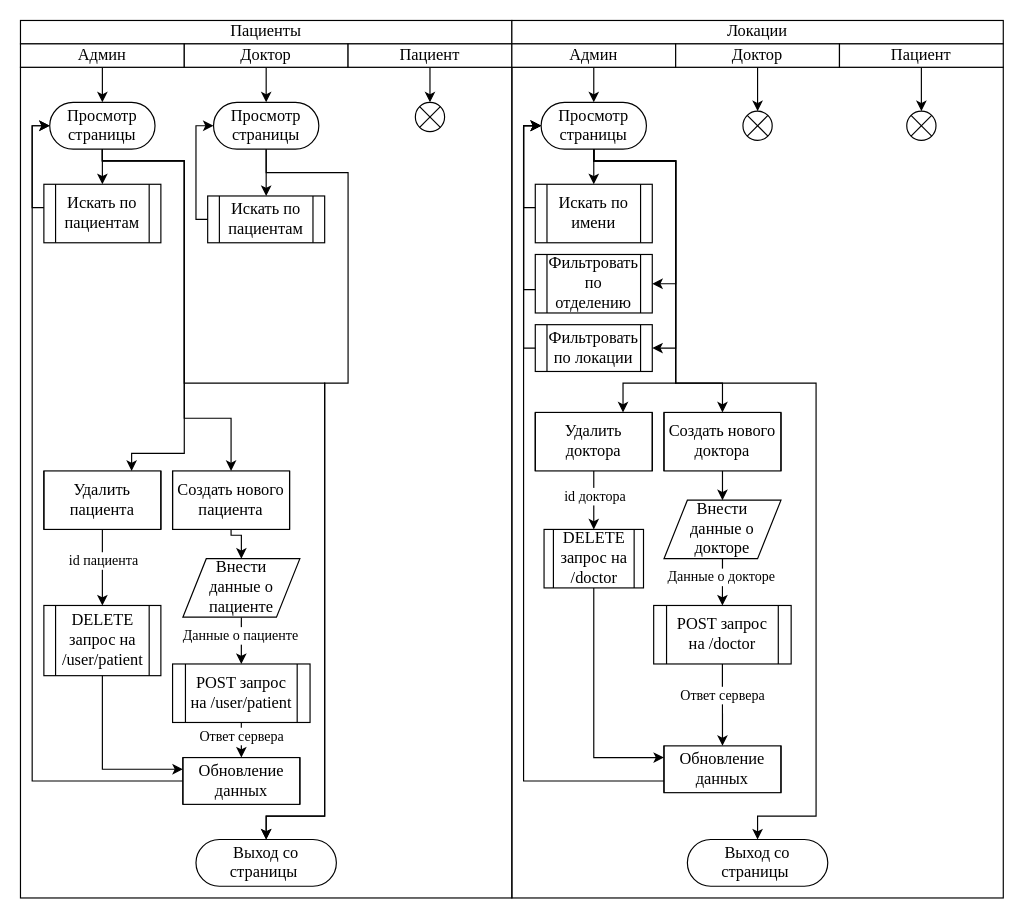
This is patients and locations.drawio from arturyumaev/Bachelor-Diploma-Docs, a draw.io file, before an edit. Source tidied: cells renumbered, new cells numbered last; positions are measured from the earlier drawing's top-left corner, leaving out a move shared by most shapes. Both pictures are drawn from the tidied source at 117%, with x=0, y=0 at pixel (20, 20).
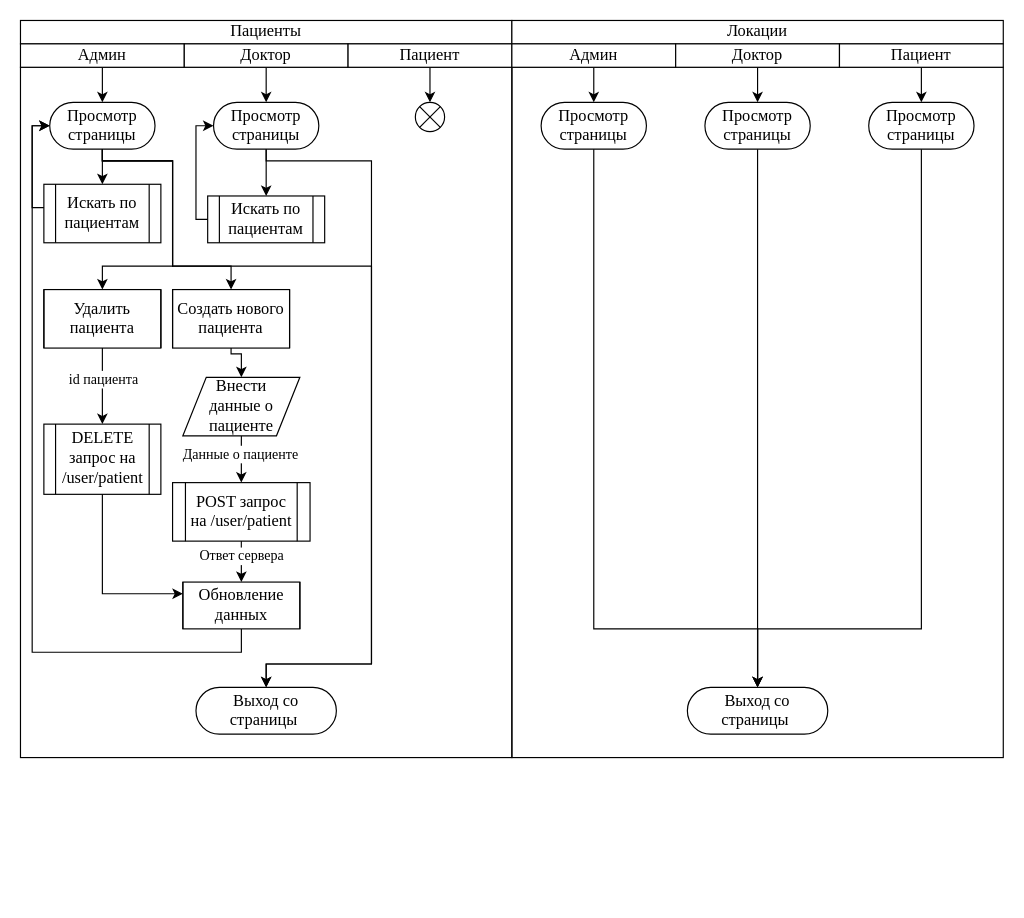
After the change.

The change refers to these unchanged cells:
```xml
<mxCell id="15" value="&lt;font style=&quot;font-size: 14px&quot; face=&quot;Times New Roman&quot;&gt;Просмотр страницы&lt;/font&gt;" style="rounded=1;whiteSpace=wrap;html=1;fillColor=none;arcSize=50;" parent="1" vertex="1">
  <mxGeometry x="25" y="70" width="90" height="40" as="geometry" />
</mxCell>
<mxCell id="21" value="&lt;font style=&quot;font-size: 14px&quot; face=&quot;Times New Roman&quot;&gt;Просмотр страницы&lt;/font&gt;" style="rounded=1;whiteSpace=wrap;html=1;fillColor=none;arcSize=50;" parent="1" vertex="1">
  <mxGeometry x="165" y="70" width="90" height="40" as="geometry" />
</mxCell>
<mxCell id="42" value="&lt;font style=&quot;font-size: 14px&quot; face=&quot;Times New Roman&quot;&gt;Доктор&lt;/font&gt;" style="rounded=0;whiteSpace=wrap;html=1;" parent="1" vertex="1">
  <mxGeometry x="560" y="20" width="140" height="20" as="geometry" />
</mxCell>
<mxCell id="44" value="&lt;font style=&quot;font-size: 14px&quot; face=&quot;Times New Roman&quot;&gt;Пациент&lt;/font&gt;" style="rounded=0;whiteSpace=wrap;html=1;" parent="1" vertex="1">
  <mxGeometry x="700" y="20" width="140" height="20" as="geometry" />
</mxCell>
<mxCell id="52" value="&lt;font style=&quot;font-size: 14px&quot; face=&quot;Times New Roman&quot;&gt;Просмотр страницы&lt;/font&gt;" style="rounded=1;whiteSpace=wrap;html=1;fillColor=none;arcSize=50;" parent="1" vertex="1">
  <mxGeometry x="445" y="70" width="90" height="40" as="geometry" />
</mxCell>
```

What changed in the source:
```diff
@@
     <mxCell id="2" style="rounded=0;whiteSpace=wrap;html=1;fillColor=none;" parent="1" vertex="1">
-      <mxGeometry y="40" width="420" height="710" as="geometry" />
+      <mxGeometry y="40" width="420" height="590" as="geometry" />
     </mxCell>
@@
+    <mxCell id="14" style="edgeStyle=orthogonalEdgeStyle;rounded=0;jettySize=auto;html=1;entryX=0.5;entryY=0;entryDx=0;entryDy=0;" parent="1" edge="1" source="15" target="36">
+      <mxGeometry relative="1" as="geometry">
+        <Array as="points">
+          <mxPoint x="70" y="120" />
+          <mxPoint x="130" y="120" />
+          <mxPoint x="130" y="210" />
+          <mxPoint x="70" y="210" />
+        </Array>
+      </mxGeometry>
+    </mxCell>
+    <mxCell id="13" style="edgeStyle=orthogonalEdgeStyle;rounded=0;jettySize=auto;html=1;entryX=0.5;entryY=0;entryDx=0;entryDy=0;" parent="1" edge="1" source="15" target="25">
+      <mxGeometry relative="1" as="geometry">
+        <Array as="points">
+          <mxPoint x="70" y="120" />
+          <mxPoint x="130" y="120" />
+          <mxPoint x="130" y="210" />
+          <mxPoint x="180" y="210" />
+        </Array>
+      </mxGeometry>
+    </mxCell>
-    <mxCell id="12" style="edgeStyle=orthogonalEdgeStyle;rounded=0;jettySize=auto;html=1;exitX=0.5;exitY=1;exitDx=0;exitDy=0;entryX=0.5;entryY=0;entryDx=0;entryDy=0;endArrow=classic;endFill=1;" parent="1" edge="1" source="15" target="16">
+    <mxCell id="12" style="edgeStyle=orthogonalEdgeStyle;rounded=0;jettySize=auto;html=1;entryX=0.5;entryY=0;entryDx=0;entryDy=0;" parent="1" edge="1" source="15" target="16">
       <mxGeometry relative="1" as="geometry">
         <Array as="points">
           <mxPoint x="70" y="120" />
-          <mxPoint x="140" y="120" />
-          <mxPoint x="140" y="310" />
-          <mxPoint x="260" y="310" />
-          <mxPoint x="260" y="680" />
-          <mxPoint x="210" y="680" />
+          <mxPoint x="130" y="120" />
+          <mxPoint x="130" y="210" />
+          <mxPoint x="300" y="210" />
+          <mxPoint x="300" y="550" />
+          <mxPoint x="210" y="550" />
         </Array>
       </mxGeometry>
     </mxCell>
-    <mxCell id="13" style="edgeStyle=orthogonalEdgeStyle;rounded=0;jettySize=auto;html=1;entryX=0.5;entryY=0;entryDx=0;entryDy=0;" parent="1" edge="1" source="15" target="25">
-      <mxGeometry relative="1" as="geometry">
-        <Array as="points">
-          <mxPoint x="70" y="120" />
-          <mxPoint x="140" y="120" />
-          <mxPoint x="140" y="340" />
-          <mxPoint x="180" y="340" />
-        </Array>
-      </mxGeometry>
-    </mxCell>
-    <mxCell id="14" style="edgeStyle=orthogonalEdgeStyle;rounded=0;jettySize=auto;html=1;exitX=0.5;exitY=1;exitDx=0;exitDy=0;entryX=0.75;entryY=0;entryDx=0;entryDy=0;" parent="1" edge="1" source="15" target="36">
-      <mxGeometry relative="1" as="geometry">
-        <Array as="points">
-          <mxPoint x="70" y="120" />
-          <mxPoint x="140" y="120" />
-          <mxPoint x="140" y="370" />
-          <mxPoint x="95" y="370" />
-        </Array>
-      </mxGeometry>
-    </mxCell>
@@
     <mxCell id="16" value="&lt;font style=&quot;font-size: 14px&quot; face=&quot;Times New Roman&quot;&gt;Выход со страницы&amp;nbsp;&lt;/font&gt;" style="rounded=1;whiteSpace=wrap;html=1;fillColor=none;arcSize=50;" parent="1" vertex="1">
-      <mxGeometry x="150" y="700" width="120" height="40" as="geometry" />
+      <mxGeometry x="150" y="570" width="120" height="40" as="geometry" />
     </mxCell>
@@
-    <mxCell id="20" style="edgeStyle=orthogonalEdgeStyle;rounded=0;jettySize=auto;html=1;exitX=0.5;exitY=1;exitDx=0;exitDy=0;entryX=0.5;entryY=0;entryDx=0;entryDy=0;endArrow=classic;endFill=1;" parent="1" edge="1" source="21" target="16">
+    <mxCell id="20" style="edgeStyle=orthogonalEdgeStyle;rounded=0;jettySize=auto;html=1;entryX=0.5;entryY=0;entryDx=0;entryDy=0;" parent="1" edge="1" source="21" target="16">
       <mxGeometry relative="1" as="geometry">
         <Array as="points">
-          <mxPoint x="210" y="130" />
-          <mxPoint x="280" y="130" />
-          <mxPoint x="280" y="310" />
-          <mxPoint x="260" y="310" />
-          <mxPoint x="260" y="680" />
-          <mxPoint x="210" y="680" />
+          <mxPoint x="210" y="120" />
+          <mxPoint x="300" y="120" />
+          <mxPoint x="300" y="550" />
+          <mxPoint x="210" y="550" />
         </Array>
       </mxGeometry>
     </mxCell>
@@
     <mxCell id="24" style="edgeStyle=orthogonalEdgeStyle;rounded=0;jettySize=auto;html=1;entryX=0.5;entryY=0;entryDx=0;entryDy=0;exitX=0.5;exitY=1;exitDx=0;exitDy=0;" parent="1" edge="1" source="25" target="28">
       <mxGeometry relative="1" as="geometry">
         <Array as="points">
-          <mxPoint x="180" y="440" />
-          <mxPoint x="189" y="440" />
+          <mxPoint x="180" y="285" />
+          <mxPoint x="189" y="285" />
         </Array>
       </mxGeometry>
     </mxCell>
     <mxCell id="25" value="&lt;font style=&quot;font-size: 14px&quot; face=&quot;Times New Roman&quot;&gt;Создать нового пациента&lt;/font&gt;" style="shape=process;whiteSpace=wrap;html=1;backgroundOutline=1;fillColor=none;size=0;" parent="1" vertex="1">
-      <mxGeometry x="130" y="385" width="100" height="50" as="geometry" />
+      <mxGeometry x="130" y="230" width="100" height="50" as="geometry" />
     </mxCell>
@@
     <mxCell id="28" value="&lt;font style=&quot;font-size: 14px&quot; face=&quot;Times New Roman&quot;&gt;Внести&lt;br&gt;данные о пациенте&lt;/font&gt;" style="shape=parallelogram;perimeter=parallelogramPerimeter;whiteSpace=wrap;html=1;fixedSize=1;" parent="1" vertex="1">
-      <mxGeometry x="138.8" y="460" width="100" height="50" as="geometry" />
+      <mxGeometry x="138.8" y="305" width="100" height="50" as="geometry" />
     </mxCell>
@@
     <mxCell id="31" value="&lt;font style=&quot;font-size: 14px&quot; face=&quot;Times New Roman&quot;&gt;POST запрос на /user/patient&lt;/font&gt;" style="shape=process;whiteSpace=wrap;html=1;backgroundOutline=1;fillColor=none;size=0.09523809523809523;" parent="1" vertex="1">
-      <mxGeometry x="130" y="550" width="117.5" height="50" as="geometry" />
+      <mxGeometry x="130" y="395" width="117.5" height="50" as="geometry" />
     </mxCell>
     <mxCell id="32" style="edgeStyle=orthogonalEdgeStyle;rounded=0;jettySize=auto;html=1;entryX=0;entryY=0.5;entryDx=0;entryDy=0;" parent="1" edge="1" source="33" target="15">
       <mxGeometry relative="1" as="geometry">
         <Array as="points">
-          <mxPoint x="10" y="650" />
+          <mxPoint x="189" y="540" />
+          <mxPoint x="10" y="540" />
           <mxPoint x="10" y="90" />
         </Array>
       </mxGeometry>
     </mxCell>
     <mxCell id="33" value="&lt;font style=&quot;font-size: 14px&quot; face=&quot;Times New Roman&quot;&gt;Обновление данных&lt;/font&gt;" style="shape=process;whiteSpace=wrap;html=1;backgroundOutline=1;fillColor=none;size=0;" parent="1" vertex="1">
-      <mxGeometry x="138.8" y="630" width="100" height="40" as="geometry" />
+      <mxGeometry x="138.8" y="480" width="100" height="40" as="geometry" />
     </mxCell>
@@
     <mxCell id="36" value="&lt;font style=&quot;font-size: 14px&quot; face=&quot;Times New Roman&quot;&gt;Удалить пациента&lt;/font&gt;" style="shape=process;whiteSpace=wrap;html=1;backgroundOutline=1;fillColor=none;size=0;" parent="1" vertex="1">
-      <mxGeometry x="20" y="385" width="100" height="50" as="geometry" />
+      <mxGeometry x="20" y="230" width="100" height="50" as="geometry" />
     </mxCell>
     <mxCell id="37" style="rounded=0;whiteSpace=wrap;html=1;fillColor=none;" parent="1" vertex="1">
-      <mxGeometry x="420" y="40" width="420" height="710" as="geometry" />
+      <mxGeometry x="420" y="40" width="420" height="590" as="geometry" />
     </mxCell>
@@
-    <mxCell id="41" style="edgeStyle=none;rounded=0;jettySize=auto;html=1;entryX=0.5;entryY=0;entryDx=0;entryDy=0;endArrow=classic;endFill=1;" parent="1" edge="1" source="42" target="77">
+    <mxCell id="41" style="edgeStyle=none;rounded=0;jettySize=auto;html=1;endArrow=classic;endFill=1;entryX=0.5;entryY=0;entryDx=0;entryDy=0;" parent="1" edge="1" source="42" target="87">
       <mxGeometry relative="1" as="geometry" />
     </mxCell>
@@
-    <mxCell id="43" style="edgeStyle=none;rounded=0;jettySize=auto;html=1;entryX=0.5;entryY=0;entryDx=0;entryDy=0;endArrow=classic;endFill=1;" parent="1" edge="1" source="44" target="80">
+    <mxCell id="43" style="edgeStyle=none;rounded=0;jettySize=auto;html=1;endArrow=classic;endFill=1;entryX=0.5;entryY=0;entryDx=0;entryDy=0;" parent="1" edge="1" source="44" target="89">
       <mxGeometry relative="1" as="geometry" />
     </mxCell>
@@
-    <mxCell id="46" style="edgeStyle=orthogonalEdgeStyle;rounded=0;jettySize=auto;html=1;exitX=0.5;exitY=1;exitDx=0;exitDy=0;entryX=0.5;entryY=0;entryDx=0;entryDy=0;endArrow=classic;endFill=1;" parent="1" edge="1" source="52" target="55">
-      <mxGeometry relative="1" as="geometry" />
-    </mxCell>
-    <mxCell id="47" style="edgeStyle=orthogonalEdgeStyle;rounded=0;jettySize=auto;html=1;exitX=0.5;exitY=1;exitDx=0;exitDy=0;entryX=1;entryY=0.5;entryDx=0;entryDy=0;endArrow=classic;endFill=1;" parent="1" edge="1" source="52" target="59">
-      <mxGeometry relative="1" as="geometry">
-        <Array as="points">
-          <mxPoint x="490" y="120" />
-          <mxPoint x="560" y="120" />
-          <mxPoint x="560" y="280" />
-        </Array>
-      </mxGeometry>
-    </mxCell>
-    <mxCell id="48" style="edgeStyle=orthogonalEdgeStyle;rounded=0;jettySize=auto;html=1;exitX=0.5;exitY=1;exitDx=0;exitDy=0;entryX=0.5;entryY=0;entryDx=0;entryDy=0;endArrow=classic;endFill=1;" parent="1" edge="1" source="52" target="53">
+    <mxCell id="48" style="edgeStyle=orthogonalEdgeStyle;rounded=0;jettySize=auto;html=1;entryX=0.5;entryY=0;entryDx=0;entryDy=0;" parent="1" edge="1" source="52" target="53">
       <mxGeometry relative="1" as="geometry">
         <Array as="points">
-          <mxPoint x="490" y="120" />
-          <mxPoint x="560" y="120" />
-          <mxPoint x="560" y="310" />
-          <mxPoint x="680" y="310" />
-          <mxPoint x="680" y="680" />
-          <mxPoint x="630" y="680" />
+          <mxPoint x="490" y="520" />
+          <mxPoint x="630" y="520" />
         </Array>
       </mxGeometry>
     </mxCell>
-    <mxCell id="49" style="edgeStyle=orthogonalEdgeStyle;rounded=0;jettySize=auto;html=1;entryX=0.5;entryY=0;entryDx=0;entryDy=0;" parent="1" edge="1" source="52" target="61">
-      <mxGeometry relative="1" as="geometry">
-        <Array as="points">
-          <mxPoint x="490" y="120" />
-          <mxPoint x="560" y="120" />
-          <mxPoint x="560" y="310" />
-          <mxPoint x="600" y="310" />
-        </Array>
-      </mxGeometry>
-    </mxCell>
-    <mxCell id="50" style="edgeStyle=orthogonalEdgeStyle;rounded=0;jettySize=auto;html=1;exitX=0.5;exitY=1;exitDx=0;exitDy=0;entryX=0.75;entryY=0;entryDx=0;entryDy=0;" parent="1" edge="1" source="52" target="72">
-      <mxGeometry relative="1" as="geometry">
-        <Array as="points">
-          <mxPoint x="490" y="120" />
-          <mxPoint x="560" y="120" />
-          <mxPoint x="560" y="310" />
-          <mxPoint x="515" y="310" />
-        </Array>
-      </mxGeometry>
-    </mxCell>
-    <mxCell id="51" style="edgeStyle=orthogonalEdgeStyle;rounded=0;jettySize=auto;html=1;exitX=0.5;exitY=1;exitDx=0;exitDy=0;entryX=1;entryY=0.5;entryDx=0;entryDy=0;" parent="1" edge="1" source="52" target="57">
-      <mxGeometry relative="1" as="geometry">
-        <Array as="points">
-          <mxPoint x="490" y="120" />
-          <mxPoint x="560" y="120" />
-          <mxPoint x="560" y="225" />
-        </Array>
-      </mxGeometry>
-    </mxCell>
@@
     <mxCell id="53" value="&lt;font style=&quot;font-size: 14px&quot; face=&quot;Times New Roman&quot;&gt;Выход со страницы&amp;nbsp;&lt;/font&gt;" style="rounded=1;whiteSpace=wrap;html=1;fillColor=none;arcSize=50;" parent="1" vertex="1">
-      <mxGeometry x="570" y="700" width="120" height="40" as="geometry" />
+      <mxGeometry x="570" y="570" width="120" height="40" as="geometry" />
     </mxCell>
-    <mxCell id="54" style="edgeStyle=orthogonalEdgeStyle;rounded=0;jettySize=auto;html=1;entryX=0;entryY=0.5;entryDx=0;entryDy=0;endArrow=classic;endFill=1;" parent="1" edge="1" source="55" target="52">
-      <mxGeometry relative="1" as="geometry">
-        <Array as="points">
-          <mxPoint x="430" y="160" />
-          <mxPoint x="430" y="90" />
-        </Array>
-      </mxGeometry>
-    </mxCell>
-    <mxCell id="55" value="&lt;font style=&quot;font-size: 14px&quot; face=&quot;Times New Roman&quot;&gt;Искать по имени&lt;/font&gt;" style="shape=process;whiteSpace=wrap;html=1;backgroundOutline=1;fillColor=none;" parent="1" vertex="1">
-      <mxGeometry x="440" y="140" width="100" height="50" as="geometry" />
-    </mxCell>
-    <mxCell id="56" style="edgeStyle=orthogonalEdgeStyle;rounded=0;jettySize=auto;html=1;entryX=0;entryY=0.5;entryDx=0;entryDy=0;endArrow=classic;endFill=1;" parent="1" edge="1" source="57" target="52">
-      <mxGeometry relative="1" as="geometry">
-        <Array as="points">
-          <mxPoint x="430" y="230" />
-          <mxPoint x="430" y="90" />
-        </Array>
-      </mxGeometry>
-    </mxCell>
-    <mxCell id="57" value="&lt;font style=&quot;font-size: 14px&quot; face=&quot;Times New Roman&quot;&gt;Фильтровать по отделению&lt;/font&gt;" style="shape=process;whiteSpace=wrap;html=1;backgroundOutline=1;fillColor=none;" parent="1" vertex="1">
-      <mxGeometry x="440" y="200" width="100" height="50" as="geometry" />
-    </mxCell>
-    <mxCell id="58" style="edgeStyle=orthogonalEdgeStyle;rounded=0;jettySize=auto;html=1;entryX=0;entryY=0.5;entryDx=0;entryDy=0;endArrow=classic;endFill=1;" parent="1" edge="1" source="59" target="52">
-      <mxGeometry relative="1" as="geometry">
-        <Array as="points">
-          <mxPoint x="430" y="280" />
-          <mxPoint x="430" y="90" />
-        </Array>
-      </mxGeometry>
-    </mxCell>
-    <mxCell id="59" value="&lt;font style=&quot;font-size: 14px&quot; face=&quot;Times New Roman&quot;&gt;Фильтровать по локации&lt;/font&gt;" style="shape=process;whiteSpace=wrap;html=1;backgroundOutline=1;fillColor=none;" parent="1" vertex="1">
-      <mxGeometry x="440" y="260" width="100" height="40" as="geometry" />
-    </mxCell>
-    <mxCell id="60" style="edgeStyle=orthogonalEdgeStyle;rounded=0;jettySize=auto;html=1;exitX=0.5;exitY=1;exitDx=0;exitDy=0;entryX=0.5;entryY=0;entryDx=0;entryDy=0;" parent="1" edge="1" source="61" target="64">
-      <mxGeometry relative="1" as="geometry" />
-    </mxCell>
-    <mxCell id="61" value="&lt;font style=&quot;font-size: 14px&quot; face=&quot;Times New Roman&quot;&gt;Создать нового доктора&lt;/font&gt;" style="shape=process;whiteSpace=wrap;html=1;backgroundOutline=1;fillColor=none;size=0;" parent="1" vertex="1">
-      <mxGeometry x="550" y="335" width="100" height="50" as="geometry" />
-    </mxCell>
-    <mxCell id="62" style="edgeStyle=orthogonalEdgeStyle;rounded=0;jettySize=auto;html=1;exitX=0.5;exitY=1;exitDx=0;exitDy=0;entryX=0.5;entryY=0;entryDx=0;entryDy=0;" parent="1" edge="1" source="64" target="67">
-      <mxGeometry relative="1" as="geometry" />
-    </mxCell>
-    <mxCell id="63" value="&lt;font style=&quot;font-size: 12px&quot; face=&quot;Times New Roman&quot;&gt;Данные о докторе&lt;/font&gt;" style="edgeLabel;html=1;align=center;verticalAlign=middle;" parent="62" vertex="1">
-      <mxGeometry x="-0.19" y="-1" relative="1" as="geometry" />
-    </mxCell>
-    <mxCell id="64" value="&lt;font style=&quot;font-size: 14px&quot; face=&quot;Times New Roman&quot;&gt;Внести&lt;br&gt;данные о докторе&lt;/font&gt;" style="shape=parallelogram;perimeter=parallelogramPerimeter;whiteSpace=wrap;html=1;fixedSize=1;" parent="1" vertex="1">
-      <mxGeometry x="550" y="410" width="100" height="50" as="geometry" />
-    </mxCell>
-    <mxCell id="65" style="edgeStyle=orthogonalEdgeStyle;rounded=0;jettySize=auto;html=1;exitX=0.5;exitY=1;exitDx=0;exitDy=0;entryX=0.5;entryY=0;entryDx=0;entryDy=0;" parent="1" edge="1" source="67" target="69">
-      <mxGeometry relative="1" as="geometry" />
-    </mxCell>
-    <mxCell id="66" value="&lt;font style=&quot;font-size: 12px&quot; face=&quot;Times New Roman&quot;&gt;Ответ сервера&lt;/font&gt;" style="edgeLabel;html=1;align=center;verticalAlign=middle;" parent="65" vertex="1">
-      <mxGeometry x="-0.23" relative="1" as="geometry" />
-    </mxCell>
-    <mxCell id="67" value="&lt;font style=&quot;font-size: 14px&quot; face=&quot;Times New Roman&quot;&gt;POST запрос на /doctor&lt;/font&gt;" style="shape=process;whiteSpace=wrap;html=1;backgroundOutline=1;fillColor=none;size=0.09523809523809523;" parent="1" vertex="1">
-      <mxGeometry x="541.2" y="500" width="117.5" height="50" as="geometry" />
-    </mxCell>
-    <mxCell id="68" style="edgeStyle=orthogonalEdgeStyle;rounded=0;jettySize=auto;html=1;entryX=0;entryY=0.5;entryDx=0;entryDy=0;" parent="1" edge="1" source="69" target="52">
-      <mxGeometry relative="1" as="geometry">
-        <Array as="points">
-          <mxPoint x="430" y="650" />
-          <mxPoint x="430" y="90" />
-        </Array>
-      </mxGeometry>
-    </mxCell>
-    <mxCell id="69" value="&lt;font style=&quot;font-size: 14px&quot; face=&quot;Times New Roman&quot;&gt;Обновление данных&lt;/font&gt;" style="shape=process;whiteSpace=wrap;html=1;backgroundOutline=1;fillColor=none;size=0;" parent="1" vertex="1">
-      <mxGeometry x="550" y="620" width="100" height="40" as="geometry" />
-    </mxCell>
-    <mxCell id="70" style="edgeStyle=orthogonalEdgeStyle;rounded=0;jettySize=auto;html=1;exitX=0.5;exitY=1;exitDx=0;exitDy=0;entryX=0.5;entryY=0;entryDx=0;entryDy=0;" parent="1" edge="1" source="72" target="76">
-      <mxGeometry relative="1" as="geometry" />
-    </mxCell>
-    <mxCell id="71" value="&lt;font style=&quot;font-size: 12px&quot; face=&quot;Times New Roman&quot;&gt;id доктора&lt;/font&gt;" style="edgeLabel;html=1;align=center;verticalAlign=middle;" parent="70" vertex="1">
-      <mxGeometry x="-0.16" relative="1" as="geometry" />
-    </mxCell>
-    <mxCell id="72" value="&lt;font style=&quot;font-size: 14px&quot; face=&quot;Times New Roman&quot;&gt;Удалить доктора&lt;/font&gt;" style="shape=process;whiteSpace=wrap;html=1;backgroundOutline=1;fillColor=none;size=0;" parent="1" vertex="1">
-      <mxGeometry x="440" y="335" width="100" height="50" as="geometry" />
-    </mxCell>
@@
     <mxCell id="74" value="&lt;font style=&quot;font-size: 14px&quot; face=&quot;Times New Roman&quot;&gt;DELETE запрос на /user/patient&lt;/font&gt;" style="shape=process;whiteSpace=wrap;html=1;backgroundOutline=1;fillColor=none;size=0.09523809523809523;" parent="1" vertex="1">
-      <mxGeometry x="20" y="500" width="100" height="60" as="geometry" />
+      <mxGeometry x="20" y="345" width="100" height="60" as="geometry" />
     </mxCell>
-    <mxCell id="75" style="edgeStyle=orthogonalEdgeStyle;rounded=0;jettySize=auto;html=1;exitX=0.5;exitY=1;exitDx=0;exitDy=0;entryX=0;entryY=0.25;entryDx=0;entryDy=0;" parent="1" edge="1" source="76" target="69">
-      <mxGeometry relative="1" as="geometry" />
-    </mxCell>
-    <mxCell id="76" value="&lt;font style=&quot;font-size: 14px&quot; face=&quot;Times New Roman&quot;&gt;DELETE запрос на /doctor&lt;/font&gt;" style="shape=process;whiteSpace=wrap;html=1;backgroundOutline=1;fillColor=none;size=0.09523809523809523;" parent="1" vertex="1">
-      <mxGeometry x="447.5" y="435" width="85" height="50" as="geometry" />
-    </mxCell>
-    <mxCell id="77" style="ellipse;whiteSpace=wrap;html=1;" parent="1" vertex="1">
-      <mxGeometry x="617.5" y="77.5" width="25" height="25" as="geometry" />
-    </mxCell>
-    <mxCell id="78" style="rounded=0;orthogonalLoop=1;jettySize=auto;html=1;exitX=0;exitY=0;exitDx=0;exitDy=0;entryX=1;entryY=1;entryDx=0;entryDy=0;endArrow=none;endFill=0;" parent="1" edge="1" source="77" target="77">
-      <mxGeometry relative="1" as="geometry" />
-    </mxCell>
-    <mxCell id="79" style="edgeStyle=none;rounded=0;orthogonalLoop=1;jettySize=auto;html=1;exitX=1;exitY=0;exitDx=0;exitDy=0;entryX=0;entryY=1;entryDx=0;entryDy=0;endArrow=none;endFill=0;" parent="1" edge="1" source="77" target="77">
-      <mxGeometry relative="1" as="geometry" />
-    </mxCell>
-    <mxCell id="80" style="ellipse;whiteSpace=wrap;html=1;" parent="1" vertex="1">
-      <mxGeometry x="757.5" y="77.5" width="25" height="25" as="geometry" />
-    </mxCell>
-    <mxCell id="81" style="edgeStyle=none;rounded=0;orthogonalLoop=1;jettySize=auto;html=1;exitX=0;exitY=0;exitDx=0;exitDy=0;entryX=1;entryY=1;entryDx=0;entryDy=0;endArrow=none;endFill=0;" parent="1" edge="1" source="80" target="80">
-      <mxGeometry relative="1" as="geometry" />
-    </mxCell>
-    <mxCell id="82" style="edgeStyle=none;rounded=0;orthogonalLoop=1;jettySize=auto;html=1;exitX=1;exitY=0;exitDx=0;exitDy=0;entryX=0;entryY=1;entryDx=0;entryDy=0;endArrow=none;endFill=0;" parent="1" edge="1" source="80" target="80">
-      <mxGeometry relative="1" as="geometry" />
-    </mxCell>
@@
+    <mxCell id="86" style="edgeStyle=orthogonalEdgeStyle;rounded=0;jettySize=auto;html=1;entryX=0.5;entryY=0;entryDx=0;entryDy=0;" parent="1" edge="1" source="87" target="53">
+      <mxGeometry relative="1" as="geometry" />
+    </mxCell>
+    <mxCell id="87" value="&lt;font style=&quot;font-size: 14px&quot; face=&quot;Times New Roman&quot;&gt;Просмотр страницы&lt;/font&gt;" style="rounded=1;whiteSpace=wrap;html=1;fillColor=none;arcSize=50;" parent="1" vertex="1">
+      <mxGeometry x="585" y="70" width="90" height="40" as="geometry" />
+    </mxCell>
+    <mxCell id="88" style="edgeStyle=orthogonalEdgeStyle;rounded=0;jettySize=auto;html=1;entryX=0.5;entryY=0;entryDx=0;entryDy=0;" parent="1" edge="1" source="89" target="53">
+      <mxGeometry relative="1" as="geometry">
+        <Array as="points">
+          <mxPoint x="770" y="520" />
+          <mxPoint x="630" y="520" />
+        </Array>
+      </mxGeometry>
+    </mxCell>
+    <mxCell id="89" value="&lt;font style=&quot;font-size: 14px&quot; face=&quot;Times New Roman&quot;&gt;Просмотр страницы&lt;/font&gt;" style="rounded=1;whiteSpace=wrap;html=1;fillColor=none;arcSize=50;" parent="1" vertex="1">
+      <mxGeometry x="725" y="70" width="90" height="40" as="geometry" />
+    </mxCell>
```
